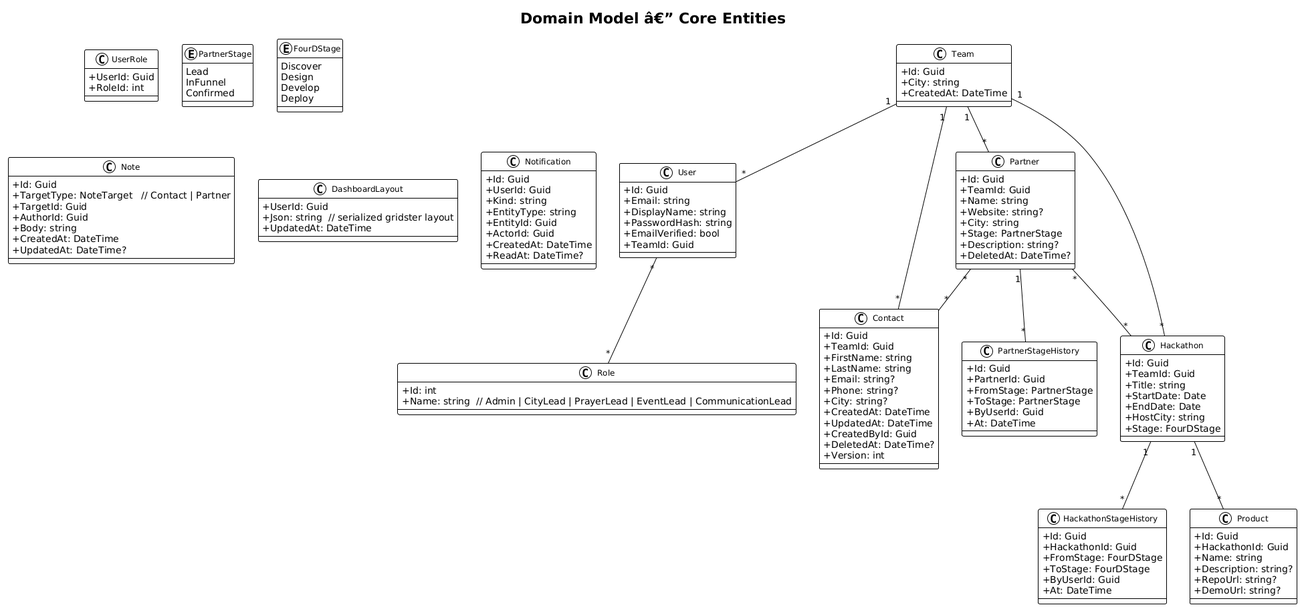
This is docs/detailed-designs/00-architecture/diagrams/class_domain.png from QuinntyneBrown/TheUpperRoom, a PlantUML export, as it was before one commit. The source it was exported from:
```plantuml
@startuml
!theme plain
skinparam classAttributeIconSize 0
skinparam classFontSize 12

title Domain Model â€” Core Entities

class Team {
    +Id: Guid
    +City: string
    +CreatedAt: DateTime
}

class User {
    +Id: Guid
    +Email: string
    +DisplayName: string
    +PasswordHash: string
    +EmailVerified: bool
    +TeamId: Guid
}

class Role {
    +Id: int
    +Name: string  // Admin | CityLead | PrayerLead | EventLead | CommunicationLead
}

class UserRole {
    +UserId: Guid
    +RoleId: int
}

class Contact {
    +Id: Guid
    +TeamId: Guid
    +FirstName: string
    +LastName: string
    +Email: string?
    +Phone: string?
    +City: string?
    +CreatedAt: DateTime
    +UpdatedAt: DateTime
    +CreatedById: Guid
    +DeletedAt: DateTime?
    +Version: int
}

class Partner {
    +Id: Guid
    +TeamId: Guid
    +Name: string
    +Website: string?
    +City: string
    +Stage: PartnerStage
    +Description: string?
    +DeletedAt: DateTime?
}

enum PartnerStage {
    Lead
    InFunnel
    Confirmed
}

class PartnerStageHistory {
    +Id: Guid
    +PartnerId: Guid
    +FromStage: PartnerStage
    +ToStage: PartnerStage
    +ByUserId: Guid
    +At: DateTime
}

class Hackathon {
    +Id: Guid
    +TeamId: Guid
    +Title: string
    +StartDate: Date
    +EndDate: Date
    +HostCity: string
    +Stage: FourDStage
}

enum FourDStage {
    Discover
    Design
    Develop
    Deploy
}

class HackathonStageHistory {
    +Id: Guid
    +HackathonId: Guid
    +FromStage: FourDStage
    +ToStage: FourDStage
    +ByUserId: Guid
    +At: DateTime
}

class Product {
    +Id: Guid
    +HackathonId: Guid
    +Name: string
    +Description: string?
    +RepoUrl: string?
    +DemoUrl: string?
}

class Note {
    +Id: Guid
    +TargetType: NoteTarget   // Contact | Partner
    +TargetId: Guid
    +AuthorId: Guid
    +Body: string
    +CreatedAt: DateTime
    +UpdatedAt: DateTime?
}

class DashboardLayout {
    +UserId: Guid
    +Json: string  // serialized gridster layout
    +UpdatedAt: DateTime
}

class Notification {
    +Id: Guid
    +UserId: Guid
    +Kind: string
    +EntityType: string
    +EntityId: Guid
    +ActorId: Guid
    +CreatedAt: DateTime
    +ReadAt: DateTime?
}

Team "1" -- "*" User
User "*" -- "*" Role
Team "1" -- "*" Contact
Team "1" -- "*" Partner
Team "1" -- "*" Hackathon
Partner "*" -- "*" Contact
Partner "1" -- "*" PartnerStageHistory
Partner "*" -- "*" Hackathon
Hackathon "1" -- "*" Product
Hackathon "1" -- "*" HackathonStageHistory
@enduml
```
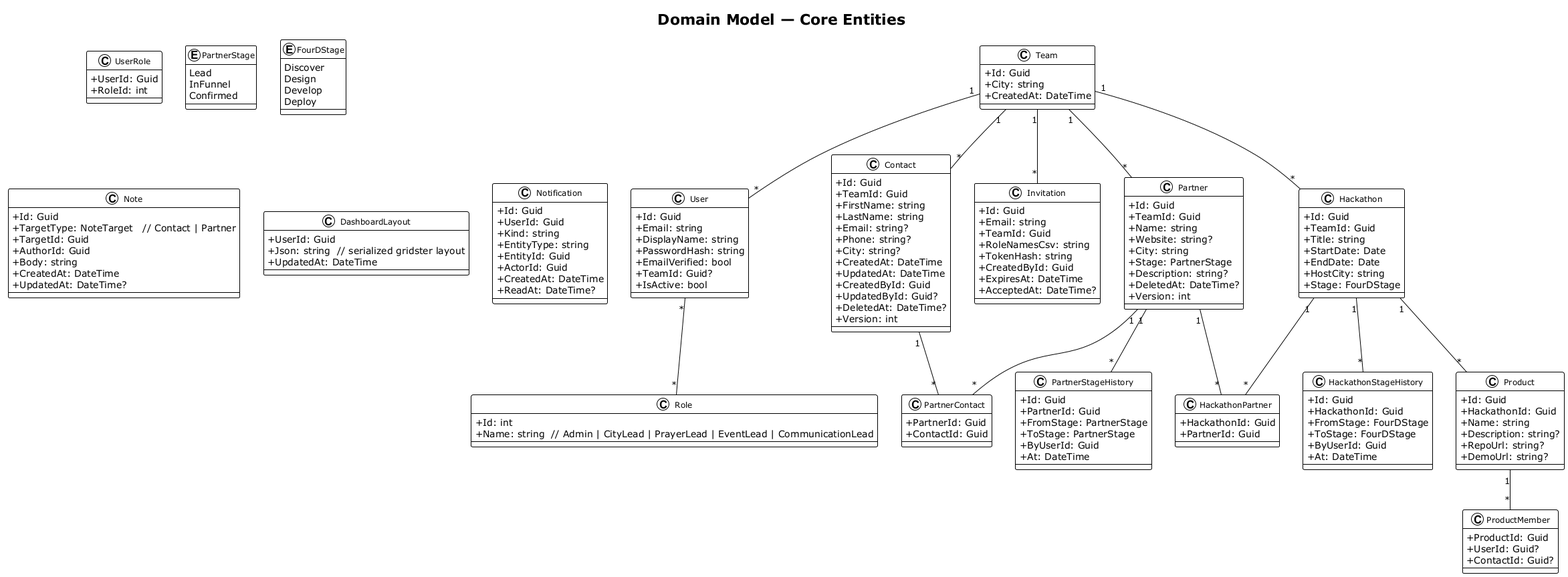
Later version of the same file.

What changed in the source:
```diff
@@ -1,9 +1,9 @@
-@startuml
+@startuml class_domain
 !theme plain
 skinparam classAttributeIconSize 0
 skinparam classFontSize 12
 
-title Domain Model â€” Core Entities
+title Domain Model — Core Entities
 
 class Team {
     +Id: Guid
@@ -17,7 +17,8 @@
     +DisplayName: string
     +PasswordHash: string
     +EmailVerified: bool
-    +TeamId: Guid
+    +TeamId: Guid?
+    +IsActive: bool
 }
 
 class Role {
@@ -41,8 +42,20 @@
     +CreatedAt: DateTime
     +UpdatedAt: DateTime
     +CreatedById: Guid
+    +UpdatedById: Guid?
     +DeletedAt: DateTime?
     +Version: int
+}
+
+class Invitation {
+    +Id: Guid
+    +Email: string
+    +TeamId: Guid
+    +RoleNamesCsv: string
+    +TokenHash: string
+    +CreatedById: Guid
+    +ExpiresAt: DateTime
+    +AcceptedAt: DateTime?
 }
 
 class Partner {
@@ -54,6 +67,7 @@
     +Stage: PartnerStage
     +Description: string?
     +DeletedAt: DateTime?
+    +Version: int
 }
 
 enum PartnerStage {
@@ -71,6 +85,11 @@
     +At: DateTime
 }
 
+class PartnerContact {
+    +PartnerId: Guid
+    +ContactId: Guid
+}
+
 class Hackathon {
     +Id: Guid
     +TeamId: Guid
@@ -79,6 +98,11 @@
     +EndDate: Date
     +HostCity: string
     +Stage: FourDStage
+}
+
+class HackathonPartner {
+    +HackathonId: Guid
+    +PartnerId: Guid
 }
 
 enum FourDStage {
@@ -104,6 +128,12 @@
     +Description: string?
     +RepoUrl: string?
     +DemoUrl: string?
+}
+
+class ProductMember {
+    +ProductId: Guid
+    +UserId: Guid?
+    +ContactId: Guid?
 }
 
 class Note {
@@ -134,13 +164,18 @@
 }
 
 Team "1" -- "*" User
+Team "1" -- "*" Invitation
 User "*" -- "*" Role
 Team "1" -- "*" Contact
 Team "1" -- "*" Partner
 Team "1" -- "*" Hackathon
-Partner "*" -- "*" Contact
+Partner "1" -- "*" PartnerContact
+Contact "1" -- "*" PartnerContact
 Partner "1" -- "*" PartnerStageHistory
-Partner "*" -- "*" Hackathon
+Hackathon "1" -- "*" HackathonPartner
+Partner "1" -- "*" HackathonPartner
 Hackathon "1" -- "*" Product
+Product "1" -- "*" ProductMember
 Hackathon "1" -- "*" HackathonStageHistory
+
 @enduml
```
